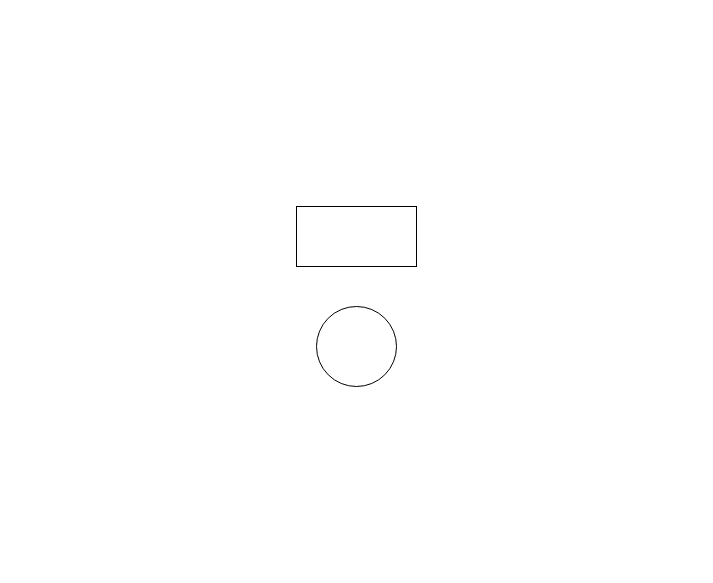
This is man/svg/d1.drawio from oudream/hello-shell, a draw.io file, before an edit. Source tidied: cells renumbered, new cells numbered last; positions are measured from the earlier drawing's top-left corner, leaving out a move shared by most shapes. Both pictures are drawn from the tidied source at 100%, with x=0, y=0 at pixel (296, 206).
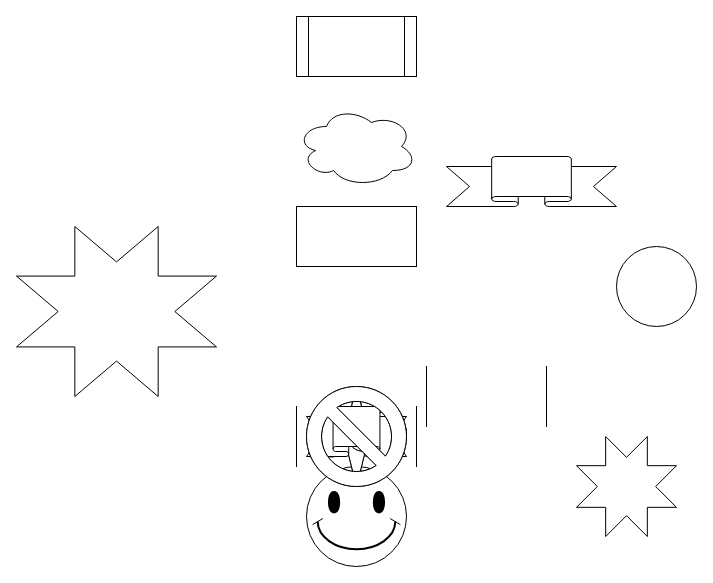
The same diagram, later.

The edit, as a diff of the source:
```diff
@@
 <mxGraphModel>
   <root>
     <mxCell id="0" />
     <mxCell id="1" parent="0" />
-    <mxCell id="2" style="rounded=0;whiteSpace=wrap;html=1;" parent="1" vertex="1">
+    <mxCell id="2" style="rounded=0;whiteSpace=wrap;html=1;fillOpacity=30;labelPadding=0;" parent="1" vertex="1">
       <mxGeometry width="120" height="60" as="geometry" />
     </mxCell>
     <mxCell id="3" style="ellipse;whiteSpace=wrap;html=1;" parent="1" vertex="1">
-      <mxGeometry x="20" y="100" width="80" height="80" as="geometry" />
+      <mxGeometry x="320" y="40" width="80" height="80" as="geometry" />
     </mxCell>
+    <mxCell id="4" style="shape=process;whiteSpace=wrap;html=1;backgroundOutline=1;" parent="1" vertex="1">
+      <mxGeometry y="-190" width="120" height="60" as="geometry" />
+    </mxCell>
+    <mxCell id="5" style="ellipse;shape=cloud;whiteSpace=wrap;html=1;" parent="1" vertex="1">
+      <mxGeometry y="-100" width="120" height="80" as="geometry" />
+    </mxCell>
+    <mxCell id="6" style="verticalLabelPosition=bottom;verticalAlign=top;html=1;shape=mxgraph.basic.smiley;" parent="1" vertex="1">
+      <mxGeometry x="10" y="260" width="100" height="100" as="geometry" />
+    </mxCell>
+    <mxCell id="7" style="verticalLabelPosition=bottom;verticalAlign=top;html=1;shape=mxgraph.basic.4_point_star_2;dx=0.8;" parent="1" vertex="1">
+      <mxGeometry x="10" y="180" width="100" height="100" as="geometry" />
+    </mxCell>
+    <mxCell id="8" style="verticalLabelPosition=bottom;verticalAlign=top;html=1;shape=mxgraph.basic.4_point_star_2;dx=0.8;" parent="1" vertex="1">
+      <mxGeometry x="10" y="180" width="100" height="100" as="geometry" />
+    </mxCell>
+    <mxCell id="9" style="whiteSpace=wrap;html=1;shape=mxgraph.basic.cloud_callout;" parent="1" vertex="1">
+      <mxGeometry x="20" y="200" width="90" height="60" as="geometry" />
+    </mxCell>
+    <mxCell id="10" style="whiteSpace=wrap;html=1;shape=mxgraph.basic.cloud_callout;" parent="1" vertex="1">
+      <mxGeometry x="20" y="200" width="90" height="60" as="geometry" />
+    </mxCell>
+    <mxCell id="11" style="verticalLabelPosition=bottom;verticalAlign=top;html=1;shape=mxgraph.basic.banner;" parent="1" vertex="1">
+      <mxGeometry x="10" y="200" width="100" height="50" as="geometry" />
+    </mxCell>
+    <mxCell id="12" style="verticalLabelPosition=bottom;verticalAlign=top;html=1;shape=mxgraph.basic.banner;" parent="1" vertex="1">
+      <mxGeometry x="150" y="-50" width="170" height="50" as="geometry" />
+    </mxCell>
+    <mxCell id="13" style="verticalLabelPosition=bottom;verticalAlign=top;html=1;shape=mxgraph.basic.8_point_star;" parent="1" vertex="1">
+      <mxGeometry x="280" y="230" width="100" height="100" as="geometry" />
+    </mxCell>
+    <mxCell id="14" style="verticalLabelPosition=bottom;verticalAlign=top;html=1;shape=mxgraph.basic.8_point_star;" parent="1" vertex="1">
+      <mxGeometry x="-280" y="20" width="200" height="170" as="geometry" />
+    </mxCell>
+    <mxCell id="15" style="shape=partialRectangle;whiteSpace=wrap;html=1;top=0;bottom=0;fillColor=none;" parent="1" vertex="1">
+      <mxGeometry y="200" width="120" height="60" as="geometry" />
+    </mxCell>
+    <mxCell id="16" style="shape=partialRectangle;whiteSpace=wrap;html=1;top=0;bottom=0;fillColor=none;" parent="1" vertex="1">
+      <mxGeometry x="130" y="160" width="120" height="60" as="geometry" />
+    </mxCell>
+    <mxCell id="17" style="verticalLabelPosition=bottom;verticalAlign=top;html=1;shape=mxgraph.basic.no_symbol;" parent="1" vertex="1">
+      <mxGeometry x="10" y="180" width="100" height="100" as="geometry" />
+    </mxCell>
+    <mxCell id="18" style="verticalLabelPosition=bottom;verticalAlign=top;html=1;shape=mxgraph.basic.no_symbol;" parent="1" vertex="1">
+      <mxGeometry x="10" y="180" width="100" height="100" as="geometry" />
+    </mxCell>
   </root>
 </mxGraphModel>
```
